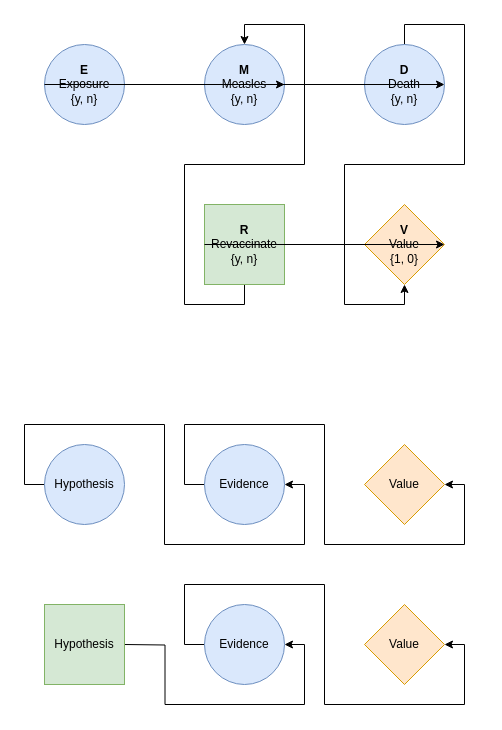
Above: notebooks/Petitti_2000_2e_ch02/img_influence_diagram.drawio in tomasaragon/di4h (draw.io), before the change. Source tidied: cells renumbered, new cells numbered last; positions are measured from the earlier drawing's top-left corner, leaving out a move shared by most shapes. Both pictures are drawn from the tidied source at 100%, with x=0, y=0 at pixel (44, 44).
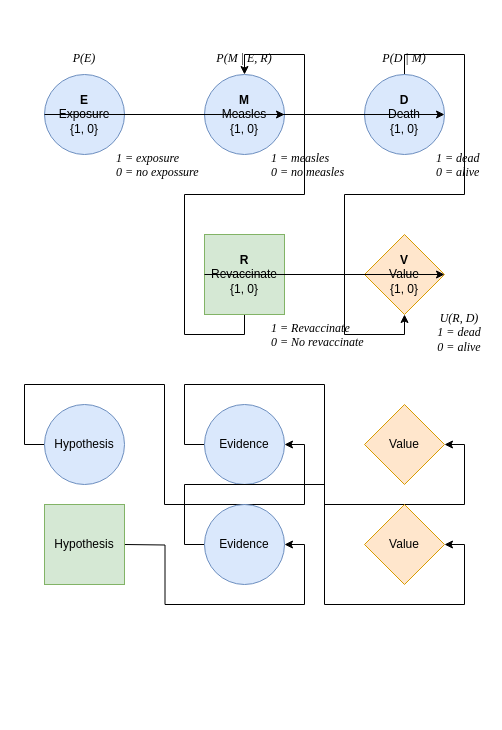
The same page after the edit.

Commit message (it also covers changes not shown here):
update folders with articles and figures

What changed in the source:
```diff
@@
-    <mxCell id="3" value="&lt;div&gt;&lt;b&gt;R&lt;/b&gt;&lt;/div&gt;Revaccinate&lt;div&gt;{y, n}&lt;/div&gt;" style="whiteSpace=wrap;html=1;flipH=1;legacyAnchorPoints=0;flipV=1;fillColor=#d5e8d4;strokeColor=#82b366;" parent="1" vertex="1">
-      <mxGeometry x="160" y="160" width="80" height="80" as="geometry" />
+    <mxCell id="3" value="&lt;div&gt;&lt;b&gt;R&lt;/b&gt;&lt;/div&gt;Revaccinate&lt;div&gt;{1, 0}&lt;/div&gt;" style="whiteSpace=wrap;html=1;flipH=1;legacyAnchorPoints=0;flipV=1;fillColor=#d5e8d4;strokeColor=#82b366;" parent="1" vertex="1">
+      <mxGeometry x="160" y="190" width="80" height="80" as="geometry" />
     </mxCell>
-    <mxCell id="4" value="&lt;div&gt;&lt;b&gt;E&lt;/b&gt;&lt;/div&gt;Exposure&lt;div&gt;{y, n}&lt;/div&gt;" style="ellipse;whiteSpace=wrap;html=1;flipH=1;legacyAnchorPoints=0;flipV=1;fillColor=#dae8fc;strokeColor=#6c8ebf;" parent="1" vertex="1">
-      <mxGeometry width="80" height="80" as="geometry" />
+    <mxCell id="4" value="&lt;div&gt;&lt;b&gt;E&lt;/b&gt;&lt;/div&gt;Exposure&lt;div&gt;{1, 0}&lt;/div&gt;" style="ellipse;whiteSpace=wrap;html=1;flipH=1;legacyAnchorPoints=0;flipV=1;fillColor=#dae8fc;strokeColor=#6c8ebf;" parent="1" vertex="1">
+      <mxGeometry y="30" width="80" height="80" as="geometry" />
     </mxCell>
-    <mxCell id="5" value="&lt;div&gt;&lt;b&gt;M&lt;/b&gt;&lt;/div&gt;Measles&lt;div&gt;{y, n}&lt;/div&gt;" style="ellipse;whiteSpace=wrap;html=1;flipH=1;legacyAnchorPoints=0;flipV=1;fillColor=#dae8fc;strokeColor=#6c8ebf;" parent="1" vertex="1">
-      <mxGeometry x="160" width="80" height="80" as="geometry" />
+    <mxCell id="5" value="&lt;div&gt;&lt;b&gt;M&lt;/b&gt;&lt;/div&gt;Measles&lt;div&gt;{1, 0}&lt;/div&gt;" style="ellipse;whiteSpace=wrap;html=1;flipH=1;legacyAnchorPoints=0;flipV=1;fillColor=#dae8fc;strokeColor=#6c8ebf;" parent="1" vertex="1">
+      <mxGeometry x="160" y="30" width="80" height="80" as="geometry" />
     </mxCell>
@@
-    <mxCell id="7" value="&lt;div&gt;&lt;b&gt;D&lt;/b&gt;&lt;/div&gt;Death&lt;div&gt;&lt;span style=&quot;background-color: transparent; color: light-dark(rgb(0, 0, 0), rgb(255, 255, 255));&quot;&gt;{y, n}&lt;/span&gt;&lt;/div&gt;" style="ellipse;whiteSpace=wrap;html=1;flipH=1;legacyAnchorPoints=0;flipV=1;fillColor=#dae8fc;strokeColor=#6c8ebf;" parent="1" vertex="1">
-      <mxGeometry x="320" width="80" height="80" as="geometry" />
+    <mxCell id="7" value="&lt;div&gt;&lt;b&gt;D&lt;/b&gt;&lt;/div&gt;Death&lt;div&gt;&lt;span style=&quot;background-color: transparent; color: light-dark(rgb(0, 0, 0), rgb(255, 255, 255));&quot;&gt;{1, 0}&lt;/span&gt;&lt;/div&gt;" style="ellipse;whiteSpace=wrap;html=1;flipH=1;legacyAnchorPoints=0;flipV=1;fillColor=#dae8fc;strokeColor=#6c8ebf;" parent="1" vertex="1">
+      <mxGeometry x="320" y="30" width="80" height="80" as="geometry" />
     </mxCell>
     <mxCell id="8" value="&lt;div&gt;&lt;b&gt;V&lt;/b&gt;&lt;/div&gt;Value&lt;div&gt;{1, 0}&lt;/div&gt;" style="rhombus;whiteSpace=wrap;html=1;flipH=1;legacyAnchorPoints=0;flipV=1;fillColor=#ffe6cc;strokeColor=#d79b00;" parent="1" vertex="1">
-      <mxGeometry x="320" y="160" width="80" height="80" as="geometry" />
+      <mxGeometry x="320" y="190" width="80" height="80" as="geometry" />
     </mxCell>
@@
     <mxCell id="13" value="Hypothesis" style="ellipse;whiteSpace=wrap;html=1;flipH=1;legacyAnchorPoints=0;flipV=1;fillColor=#dae8fc;strokeColor=#6c8ebf;" parent="1" vertex="1">
-      <mxGeometry y="400" width="80" height="80" as="geometry" />
+      <mxGeometry y="360" width="80" height="80" as="geometry" />
     </mxCell>
@@
     <mxCell id="15" value="Evidence" style="ellipse;whiteSpace=wrap;html=1;flipH=1;legacyAnchorPoints=0;flipV=1;fillColor=#dae8fc;strokeColor=#6c8ebf;" parent="1" vertex="1">
-      <mxGeometry x="160" y="400" width="80" height="80" as="geometry" />
+      <mxGeometry x="160" y="360" width="80" height="80" as="geometry" />
     </mxCell>
     <mxCell id="16" value="Value" style="rhombus;whiteSpace=wrap;html=1;flipH=1;legacyAnchorPoints=0;flipV=1;fillColor=#ffe6cc;strokeColor=#d79b00;" parent="1" vertex="1">
-      <mxGeometry x="320" y="400" width="80" height="80" as="geometry" />
+      <mxGeometry x="320" y="360" width="80" height="80" as="geometry" />
     </mxCell>
     <mxCell id="17" style="edgeStyle=orthogonalEdgeStyle;rounded=0;jettySize=auto;html=1;exitX=0;exitY=0.5;exitDx=0;exitDy=0;entryX=1;entryY=0.5;entryDx=0;entryDy=0;" parent="1" edge="1" target="19">
       <mxGeometry relative="1" as="geometry">
-        <mxPoint x="80" y="600" as="sourcePoint" />
+        <mxPoint x="80" y="500" as="sourcePoint" />
       </mxGeometry>
     </mxCell>
@@
     <mxCell id="19" value="Evidence" style="ellipse;whiteSpace=wrap;html=1;flipH=1;legacyAnchorPoints=0;flipV=1;fillColor=#dae8fc;strokeColor=#6c8ebf;" parent="1" vertex="1">
-      <mxGeometry x="160" y="560" width="80" height="80" as="geometry" />
+      <mxGeometry x="160" y="460" width="80" height="80" as="geometry" />
     </mxCell>
     <mxCell id="20" value="Value" style="rhombus;whiteSpace=wrap;html=1;flipH=1;legacyAnchorPoints=0;flipV=1;fillColor=#ffe6cc;strokeColor=#d79b00;" parent="1" vertex="1">
-      <mxGeometry x="320" y="560" width="80" height="80" as="geometry" />
+      <mxGeometry x="320" y="460" width="80" height="80" as="geometry" />
     </mxCell>
     <mxCell id="21" value="Hypothesis" style="whiteSpace=wrap;html=1;flipH=1;legacyAnchorPoints=0;flipV=1;fillColor=#d5e8d4;strokeColor=#82b366;" parent="1" vertex="1">
-      <mxGeometry y="560" width="80" height="80" as="geometry" />
+      <mxGeometry y="460" width="80" height="80" as="geometry" />
     </mxCell>
+    <mxCell id="22" value="P(E)" style="text;whiteSpace=wrap;fontFamily=Times New Roman;fontStyle=2;align=center;" parent="1" vertex="1">
+      <mxGeometry x="25" width="30" height="20" as="geometry" />
+    </mxCell>
+    <mxCell id="23" value="P(M | E, R)" style="text;whiteSpace=wrap;fontFamily=Times New Roman;fontStyle=2;align=center;" parent="1" vertex="1">
+      <mxGeometry x="165" width="70" height="20" as="geometry" />
+    </mxCell>
+    <mxCell id="24" value="P(D | M)" style="text;whiteSpace=wrap;fontFamily=Times New Roman;fontStyle=2;align=center;" parent="1" vertex="1">
+      <mxGeometry x="330" width="60" height="20" as="geometry" />
+    </mxCell>
+    <mxCell id="25" value="U(R, D)&#10;1 = dead&#10;0 = alive" style="text;whiteSpace=wrap;fontFamily=Times New Roman;fontStyle=2;align=center;" parent="1" vertex="1">
+      <mxGeometry x="390" y="260" width="50" height="50" as="geometry" />
+    </mxCell>
+    <mxCell id="26" value="1 = exposure&#10;0 = no expossure" style="text;whiteSpace=wrap;fontFamily=Times New Roman;fontStyle=2;align=left;" parent="1" vertex="1">
+      <mxGeometry x="70" y="100" width="90" height="40" as="geometry" />
+    </mxCell>
+    <mxCell id="27" value="1 = measles&#10;0 = no measles" style="text;whiteSpace=wrap;fontFamily=Times New Roman;fontStyle=2;align=left;" parent="1" vertex="1">
+      <mxGeometry x="225" y="100" width="90" height="40" as="geometry" />
+    </mxCell>
+    <mxCell id="28" value="1 = dead&#10;0 = alive" style="text;whiteSpace=wrap;fontFamily=Times New Roman;fontStyle=2;align=left;" parent="1" vertex="1">
+      <mxGeometry x="390" y="100" width="50" height="40" as="geometry" />
+    </mxCell>
+    <mxCell id="29" value="1 = Revaccinate&#10;0 = No revaccinate" style="text;whiteSpace=wrap;fontFamily=Times New Roman;fontStyle=2;align=left;" parent="1" vertex="1">
+      <mxGeometry x="225" y="270" width="100" height="40" as="geometry" />
+    </mxCell>
```
